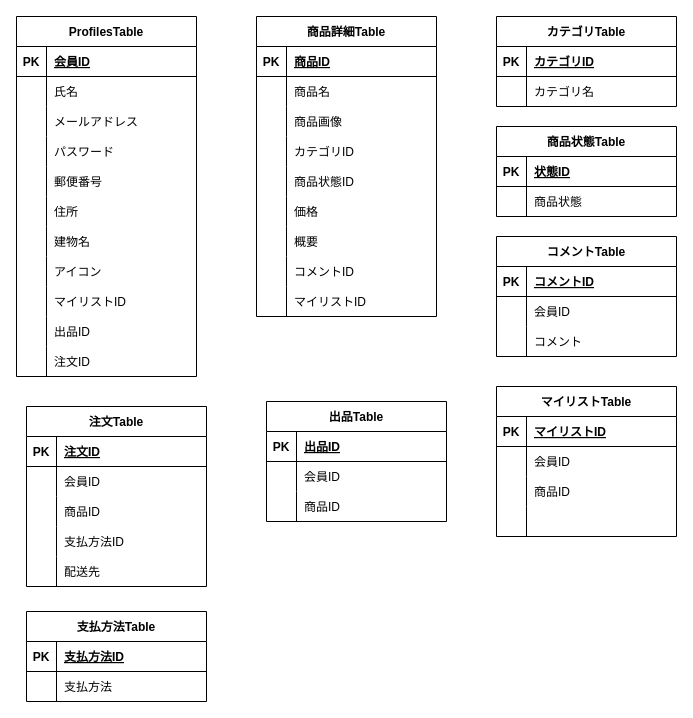
Earlier version of the draw.io diagram table.dio (ryota10-ten/furima). Source tidied: cells renumbered, new cells numbered last; positions are measured from the earlier drawing's top-left corner, leaving out a move shared by most shapes. Both pictures are drawn from the tidied source at 100%, with x=0, y=0 at pixel (16, 16).
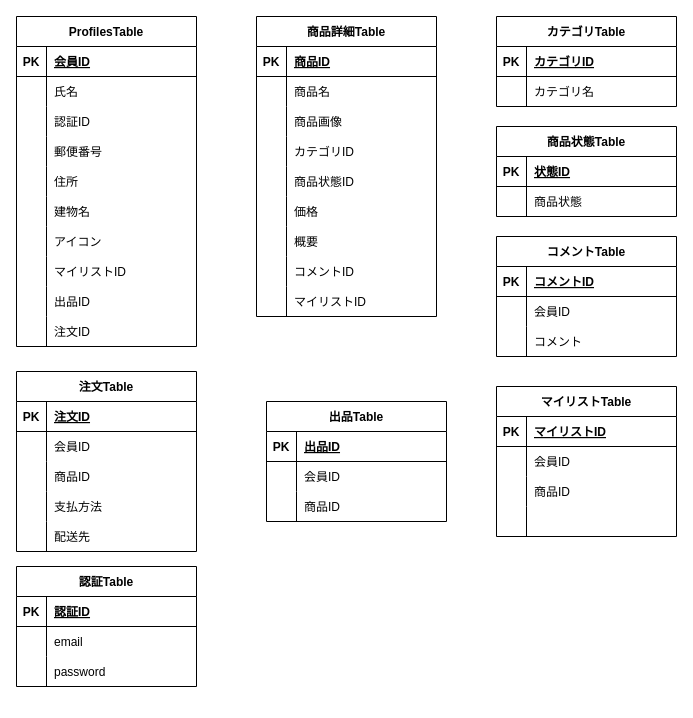
The same diagram, later.

The change refers to these unchanged cells:
```xml
<mxCell id="9" style="shape=tableRow;horizontal=0;startSize=0;swimlaneHead=0;swimlaneBody=0;fillColor=none;top=0;left=0;right=0;bottom=0;" parent="2" vertex="1">
  <mxGeometry y="90" width="180" height="30" as="geometry" />
</mxCell>
<mxCell id="104" style="shape=tableRow;horizontal=0;startSize=0;swimlaneHead=0;swimlaneBody=0;fillColor=none;top=0;left=0;right=0;bottom=0;" parent="94" vertex="1">
  <mxGeometry y="120" width="180" height="30" as="geometry" />
</mxCell>
<mxCell id="128" style="shape=tableRow;horizontal=0;startSize=0;swimlaneHead=0;swimlaneBody=0;fillColor=none;top=0;left=0;right=0;bottom=1;" parent="127" vertex="1">
  <mxGeometry y="30" width="180" height="30" as="geometry" />
</mxCell>
<mxCell id="131" style="shape=tableRow;horizontal=0;startSize=0;swimlaneHead=0;swimlaneBody=0;fillColor=none;top=0;left=0;right=0;bottom=0;" parent="127" vertex="1">
  <mxGeometry y="60" width="180" height="30" as="geometry" />
</mxCell>
```

The edit, as a diff of the source:
```diff
@@
     <mxCell id="2" value="ProfilesTable" style="shape=table;startSize=30;childLayout=tableLayout;rowLines=0;fontStyle=1;align=center;" parent="1" vertex="1">
-      <mxGeometry width="180" height="360" as="geometry" />
+      <mxGeometry width="180" height="330" as="geometry" />
     </mxCell>
@@
-    <mxCell id="11" value="メールアドレス" style="shape=partialRectangle;fillColor=none;top=0;left=0;bottom=0;right=0;align=left;spacingLeft=6;overflow=hidden;" parent="9" vertex="1">
+    <mxCell id="11" value="認証ID" style="shape=partialRectangle;fillColor=none;top=0;left=0;bottom=0;right=0;align=left;spacingLeft=6;overflow=hidden;" parent="9" vertex="1">
       <mxGeometry x="30" width="150" height="30" as="geometry" />
     </mxCell>
-    <mxCell id="12" style="shape=tableRow;horizontal=0;startSize=0;swimlaneHead=0;swimlaneBody=0;fillColor=none;top=0;left=0;right=0;bottom=0;" parent="2" vertex="1">
-      <mxGeometry y="120" width="180" height="30" as="geometry" />
-    </mxCell>
-    <mxCell id="13" style="shape=partialRectangle;fillColor=none;top=0;left=0;bottom=0;right=0;overflow=hidden;" parent="12" vertex="1">
-      <mxGeometry width="30" height="30" as="geometry" />
-    </mxCell>
-    <mxCell id="14" value="パスワード" style="shape=partialRectangle;fillColor=none;top=0;left=0;bottom=0;right=0;align=left;spacingLeft=6;overflow=hidden;" parent="12" vertex="1">
-      <mxGeometry x="30" width="150" height="30" as="geometry" />
-    </mxCell>
     <mxCell id="15" style="shape=tableRow;horizontal=0;startSize=0;swimlaneHead=0;swimlaneBody=0;fillColor=none;top=0;left=0;right=0;bottom=0;" parent="2" vertex="1">
-      <mxGeometry y="150" width="180" height="30" as="geometry" />
+      <mxGeometry y="120" width="180" height="30" as="geometry" />
     </mxCell>
@@
     <mxCell id="18" style="shape=tableRow;horizontal=0;startSize=0;swimlaneHead=0;swimlaneBody=0;fillColor=none;top=0;left=0;right=0;bottom=0;" parent="2" vertex="1">
-      <mxGeometry y="180" width="180" height="30" as="geometry" />
+      <mxGeometry y="150" width="180" height="30" as="geometry" />
     </mxCell>
@@
     <mxCell id="21" style="shape=tableRow;horizontal=0;startSize=0;swimlaneHead=0;swimlaneBody=0;fillColor=none;top=0;left=0;right=0;bottom=0;" parent="2" vertex="1">
-      <mxGeometry y="210" width="180" height="30" as="geometry" />
+      <mxGeometry y="180" width="180" height="30" as="geometry" />
     </mxCell>
@@
     <mxCell id="24" style="shape=tableRow;horizontal=0;startSize=0;swimlaneHead=0;swimlaneBody=0;fillColor=none;top=0;left=0;right=0;bottom=0;" parent="2" vertex="1">
-      <mxGeometry y="240" width="180" height="30" as="geometry" />
+      <mxGeometry y="210" width="180" height="30" as="geometry" />
     </mxCell>
@@
     <mxCell id="27" style="shape=tableRow;horizontal=0;startSize=0;swimlaneHead=0;swimlaneBody=0;fillColor=none;top=0;left=0;right=0;bottom=0;" parent="2" vertex="1">
-      <mxGeometry y="270" width="180" height="30" as="geometry" />
+      <mxGeometry y="240" width="180" height="30" as="geometry" />
     </mxCell>
@@
     <mxCell id="30" style="shape=tableRow;horizontal=0;startSize=0;swimlaneHead=0;swimlaneBody=0;fillColor=none;top=0;left=0;right=0;bottom=0;" parent="2" vertex="1">
-      <mxGeometry y="300" width="180" height="30" as="geometry" />
+      <mxGeometry y="270" width="180" height="30" as="geometry" />
     </mxCell>
@@
     <mxCell id="33" style="shape=tableRow;horizontal=0;startSize=0;swimlaneHead=0;swimlaneBody=0;fillColor=none;top=0;left=0;right=0;bottom=0;" parent="2" vertex="1">
-      <mxGeometry y="330" width="180" height="30" as="geometry" />
+      <mxGeometry y="300" width="180" height="30" as="geometry" />
     </mxCell>
@@
     <mxCell id="94" value="注文Table" style="shape=table;startSize=30;childLayout=tableLayout;rowLines=0;fontStyle=1;align=center;" parent="1" vertex="1">
-      <mxGeometry x="10" y="390" width="180" height="180" as="geometry" />
+      <mxGeometry y="355" width="180" height="180" as="geometry" />
     </mxCell>
@@
-    <mxCell id="106" value="支払方法ID" style="shape=partialRectangle;fillColor=none;top=0;left=0;bottom=0;right=0;align=left;spacingLeft=6;overflow=hidden;" parent="104" vertex="1">
+    <mxCell id="106" value="支払方法" style="shape=partialRectangle;fillColor=none;top=0;left=0;bottom=0;right=0;align=left;spacingLeft=6;overflow=hidden;" parent="104" vertex="1">
       <mxGeometry x="30" width="150" height="30" as="geometry" />
     </mxCell>
@@
-    <mxCell id="127" value="支払方法Table" style="shape=table;startSize=30;childLayout=tableLayout;rowLines=0;fontStyle=1;align=center;" parent="1" vertex="1">
-      <mxGeometry x="10" y="595" width="180" height="90" as="geometry" />
+    <mxCell id="127" value="認証Table" style="shape=table;startSize=30;childLayout=tableLayout;rowLines=0;fontStyle=1;align=center;" parent="1" vertex="1">
+      <mxGeometry y="550" width="180" height="120" as="geometry" />
     </mxCell>
@@
-    <mxCell id="130" value="支払方法ID" style="shape=partialRectangle;fillColor=none;top=0;left=0;bottom=0;right=0;align=left;spacingLeft=6;fontStyle=5;overflow=hidden;" parent="128" vertex="1">
+    <mxCell id="130" value="認証ID" style="shape=partialRectangle;fillColor=none;top=0;left=0;bottom=0;right=0;align=left;spacingLeft=6;fontStyle=5;overflow=hidden;" parent="128" vertex="1">
       <mxGeometry x="30" width="150" height="30" as="geometry" />
     </mxCell>
@@
-    <mxCell id="133" value="支払方法" style="shape=partialRectangle;fillColor=none;top=0;left=0;bottom=0;right=0;align=left;spacingLeft=6;overflow=hidden;" parent="131" vertex="1">
+    <mxCell id="133" value="email" style="shape=partialRectangle;fillColor=none;top=0;left=0;bottom=0;right=0;align=left;spacingLeft=6;overflow=hidden;" parent="131" vertex="1">
       <mxGeometry x="30" width="150" height="30" as="geometry" />
     </mxCell>
+    <mxCell id="134" style="shape=tableRow;horizontal=0;startSize=0;swimlaneHead=0;swimlaneBody=0;fillColor=none;top=0;left=0;right=0;bottom=0;" parent="127" vertex="1">
+      <mxGeometry y="90" width="180" height="30" as="geometry" />
+    </mxCell>
+    <mxCell id="13" style="shape=partialRectangle;fillColor=none;top=0;left=0;bottom=0;right=0;overflow=hidden;" parent="134" vertex="1">
+      <mxGeometry width="30" height="30" as="geometry" />
+    </mxCell>
+    <mxCell id="135" value="password" style="shape=partialRectangle;fillColor=none;top=0;left=0;bottom=0;right=0;align=left;spacingLeft=6;overflow=hidden;" parent="134" vertex="1">
+      <mxGeometry x="30" width="150" height="30" as="geometry" />
+    </mxCell>
```
